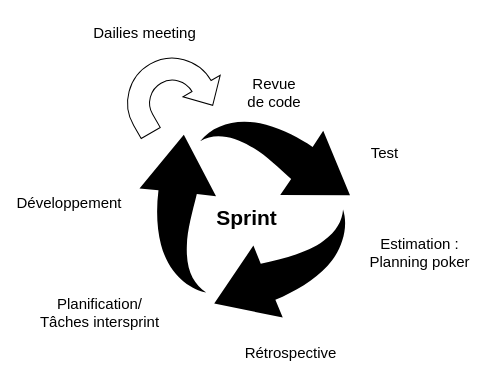
Aurelie1416/books-key keeps this draw.io diagram as agile.drawio. Above is the earlier version. Source tidied: cells renumbered, new cells numbered last; positions are measured from the earlier drawing's top-left corner, leaving out a move shared by most shapes. Both pictures are drawn from the tidied source at 100%, with x=0, y=0 at pixel (29, 17).
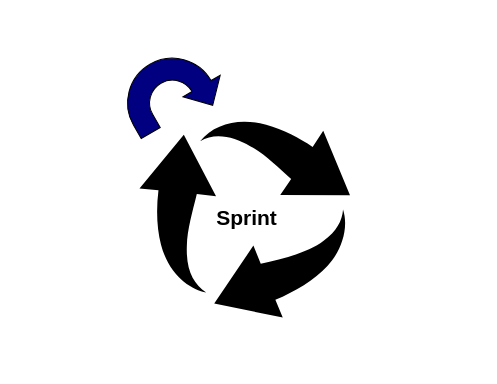
The same diagram, later.

Commit message (it also covers changes not shown here):
Mettre à jour agile.drawio

The edit, as a diff of the source:
```diff
@@
 <mxGraphModel>
   <root>
     <mxCell id="0" />
     <mxCell id="1" parent="0" />
-    <mxCell id="2" style="html=1;shadow=0;dashed=0;align=center;verticalAlign=middle;shape=mxgraph.arrows2.uTurnArrow;dy=11;arrowHead=43;dx2=22.25;direction=south;rotation=-30;" parent="1" vertex="1">
+    <mxCell id="2" style="html=1;shadow=0;dashed=0;align=center;verticalAlign=middle;shape=mxgraph.arrows2.uTurnArrow;dy=11;arrowHead=43;dx2=22.25;direction=south;rotation=-30;labelBackgroundColor=none;fillColor=#000080;" parent="1" vertex="1">
       <mxGeometry x="90" y="40" width="100" height="60" as="geometry" />
     </mxCell>
     <mxCell id="3" style="sketch=0;html=1;strokeColor=none;shadow=0;align=center;verticalAlign=top;fillColor=#000000;shape=mxgraph.gcp2.arrow_cycle;" parent="1" vertex="1">
       <mxGeometry x="110" y="100" width="210.5" height="200" as="geometry" />
     </mxCell>
     <mxCell id="4" value="Sprint" style="text;html=1;strokeColor=none;fillColor=none;align=center;verticalAlign=middle;whiteSpace=wrap;rounded=0;fontStyle=1;fontSize=21;" parent="1" vertex="1">
       <mxGeometry x="150" y="162.5" width="135" height="75" as="geometry" />
     </mxCell>
-    <mxCell id="5" value="Développement" style="text;html=1;strokeColor=none;fillColor=none;align=center;verticalAlign=middle;whiteSpace=wrap;rounded=0;fontSize=15;fontStyle=0;" parent="1" vertex="1">
-      <mxGeometry x="10" y="170" width="60" height="30" as="geometry" />
-    </mxCell>
-    <mxCell id="6" value="Revue de code" style="text;html=1;strokeColor=none;fillColor=none;align=center;verticalAlign=middle;whiteSpace=wrap;rounded=0;fontSize=15;fontStyle=0;" parent="1" vertex="1">
-      <mxGeometry x="215" y="60" width="60" height="30" as="geometry" />
-    </mxCell>
-    <mxCell id="7" value="Test" style="text;html=1;align=center;verticalAlign=middle;strokeColor=none;fillColor=none;fontSize=15;" parent="1" vertex="1">
-      <mxGeometry x="330" y="120" width="50" height="30" as="geometry" />
-    </mxCell>
-    <mxCell id="8" value="&lt;div&gt;Estimation : &lt;br&gt;&lt;/div&gt;&lt;div&gt;Planning poker&lt;/div&gt;" style="text;html=1;align=center;verticalAlign=middle;strokeColor=none;fillColor=none;fontSize=15;" parent="1" vertex="1">
-      <mxGeometry x="330" y="210" width="120" height="50" as="geometry" />
-    </mxCell>
-    <mxCell id="9" value="Rétrospective" style="text;html=1;align=center;verticalAlign=middle;strokeColor=none;fillColor=none;fontSize=15;" parent="1" vertex="1">
-      <mxGeometry x="200.5" y="320" width="120" height="30" as="geometry" />
-    </mxCell>
-    <mxCell id="10" value="Dailies meeting" style="text;html=1;align=center;verticalAlign=middle;strokeColor=none;fillColor=none;fontSize=15;" parent="1" vertex="1">
-      <mxGeometry x="50" width="130" height="30" as="geometry" />
-    </mxCell>
-    <mxCell id="11" value="&lt;div&gt;Planification/&lt;/div&gt;&lt;div&gt;Tâches intersprint&lt;br&gt;&lt;/div&gt;" style="text;html=1;align=center;verticalAlign=middle;strokeColor=none;fillColor=none;fontSize=15;" parent="1" vertex="1">
-      <mxGeometry y="270" width="140" height="50" as="geometry" />
-    </mxCell>
   </root>
 </mxGraphModel>
```
